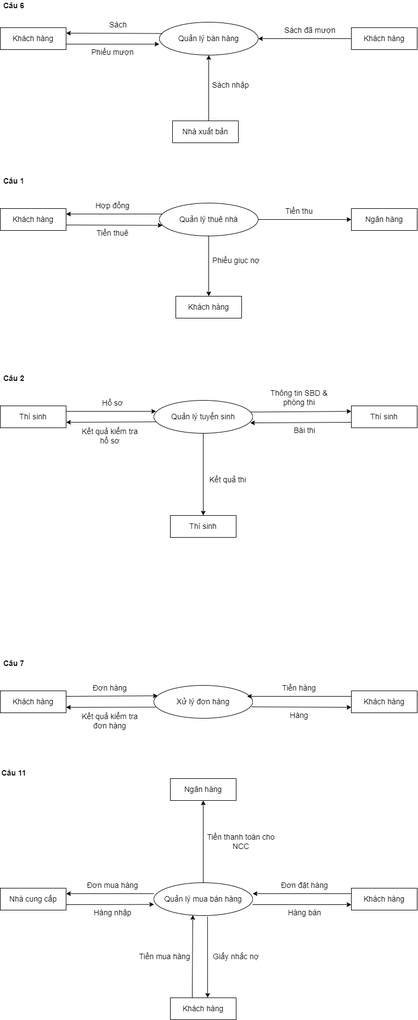
This is Biểu đồ ngữ cảnh.drawio.png from ChauCongTu/thiet-ke-linh-tinh, a draw.io export, as it was before one commit. Source tidied: cells renumbered, new cells last; positions are measured from the earlier drawing's top-left corner, leaving out a move shared by most shapes.
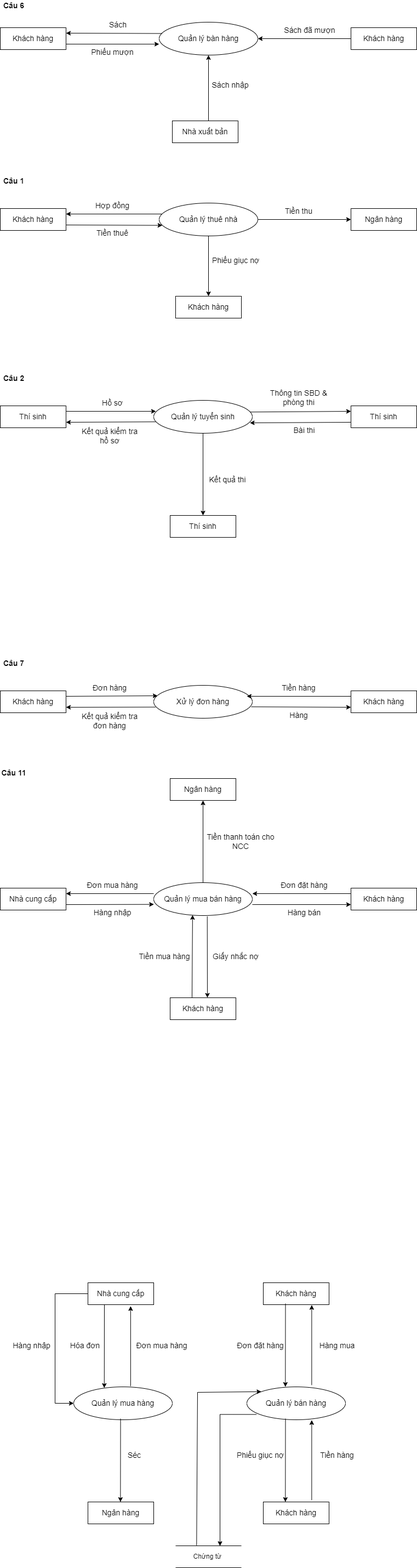
After the change.

Commit message:
Cập nhật Biểu đồ ngữ cảnh.drawio.png

What changed in the source:
```diff
@@ -229,5 +229,109 @@
     <mxCell id="74" value="Giấy nhắc nợ" style="text;html=1;strokeColor=none;fillColor=none;align=center;verticalAlign=middle;whiteSpace=wrap;rounded=0;fontSize=14;" parent="1" vertex="1">
       <mxGeometry x="380" y="1730" width="100" height="30" as="geometry" />
     </mxCell>
+    <mxCell id="75" value="Quản lý mua hàng" style="ellipse;whiteSpace=wrap;html=1;fontSize=14;fillColor=none;" parent="1" vertex="1">
+      <mxGeometry x="134" y="2530" width="180" height="60" as="geometry" />
+    </mxCell>
+    <mxCell id="76" value="Quản lý bán hàng" style="ellipse;whiteSpace=wrap;html=1;fontSize=14;fillColor=none;" parent="1" vertex="1">
+      <mxGeometry x="450" y="2530" width="180" height="60" as="geometry" />
+    </mxCell>
+    <mxCell id="77" value="Khách hàng" style="rounded=0;whiteSpace=wrap;html=1;fontSize=14;fillColor=none;" parent="1" vertex="1">
+      <mxGeometry x="480" y="2340" width="120" height="40" as="geometry" />
+    </mxCell>
+    <mxCell id="78" value="Nhà cung cấp" style="rounded=0;whiteSpace=wrap;html=1;fontSize=14;fillColor=none;" parent="1" vertex="1">
+      <mxGeometry x="160" y="2340" width="120" height="40" as="geometry" />
+    </mxCell>
+    <mxCell id="79" style="edgeStyle=orthogonalEdgeStyle;rounded=0;jettySize=auto;html=1;exitX=0.5;exitY=0;exitDx=0;exitDy=0;" parent="1" edge="1" source="80">
+      <mxGeometry relative="1" as="geometry">
+        <mxPoint x="220" y="2740" as="targetPoint" />
+      </mxGeometry>
+    </mxCell>
+    <mxCell id="80" value="Ngân hàng" style="rounded=0;whiteSpace=wrap;html=1;fontSize=14;fillColor=none;" parent="1" vertex="1">
+      <mxGeometry x="160" y="2740" width="120" height="40" as="geometry" />
+    </mxCell>
+    <mxCell id="81" style="endArrow=classic;html=1;rounded=0;exitX=0.577;exitY=-0.02;exitDx=0;exitDy=0;exitPerimeter=0;entryX=0.649;entryY=1.067;entryDx=0;entryDy=0;entryPerimeter=0;" parent="1" edge="1" source="75" target="78">
+      <mxGeometry relative="1" as="geometry" />
+    </mxCell>
+    <mxCell id="82" style="endArrow=classic;html=1;rounded=0;exitX=0.25;exitY=1;exitDx=0;exitDy=0;entryX=0.31;entryY=0.033;entryDx=0;entryDy=0;entryPerimeter=0;" parent="1" edge="1" source="78" target="75">
+      <mxGeometry relative="1" as="geometry" />
+    </mxCell>
+    <mxCell id="83" style="endArrow=classic;html=1;rounded=0;exitX=0;exitY=0.5;exitDx=0;exitDy=0;entryX=0;entryY=0.5;entryDx=0;entryDy=0;" parent="1" edge="1" source="78" target="75">
+      <mxGeometry relative="1" as="geometry">
+        <Array as="points">
+          <mxPoint x="100" y="2360" />
+          <mxPoint x="100" y="2560" />
+        </Array>
+      </mxGeometry>
+    </mxCell>
+    <mxCell id="84" style="endArrow=classic;html=1;rounded=0;exitX=0.577;exitY=-0.02;exitDx=0;exitDy=0;exitPerimeter=0;entryX=0.649;entryY=1.067;entryDx=0;entryDy=0;entryPerimeter=0;" parent="1" edge="1">
+      <mxGeometry relative="1" as="geometry">
+        <mxPoint x="568.4" y="2526.8" as="sourcePoint" />
+        <mxPoint x="568.4" y="2380.7" as="targetPoint" />
+      </mxGeometry>
+    </mxCell>
+    <mxCell id="85" style="endArrow=classic;html=1;rounded=0;exitX=0.25;exitY=1;exitDx=0;exitDy=0;entryX=0.31;entryY=0.033;entryDx=0;entryDy=0;entryPerimeter=0;" parent="1" edge="1">
+      <mxGeometry relative="1" as="geometry">
+        <mxPoint x="520.5" y="2378" as="sourcePoint" />
+        <mxPoint x="520.3" y="2530" as="targetPoint" />
+      </mxGeometry>
+    </mxCell>
+    <mxCell id="86" value="Khách hàng" style="rounded=0;whiteSpace=wrap;html=1;fontSize=14;fillColor=none;" parent="1" vertex="1">
+      <mxGeometry x="480" y="2740" width="120" height="40" as="geometry" />
+    </mxCell>
+    <mxCell id="87" style="endArrow=classic;html=1;rounded=0;exitX=0.25;exitY=1;exitDx=0;exitDy=0;entryX=0.31;entryY=0.033;entryDx=0;entryDy=0;entryPerimeter=0;" parent="1" edge="1">
+      <mxGeometry relative="1" as="geometry">
+        <mxPoint x="520.5" y="2588" as="sourcePoint" />
+        <mxPoint x="520.3" y="2740" as="targetPoint" />
+      </mxGeometry>
+    </mxCell>
+    <mxCell id="88" style="endArrow=classic;html=1;rounded=0;exitX=0.577;exitY=-0.02;exitDx=0;exitDy=0;exitPerimeter=0;entryX=0.649;entryY=1.067;entryDx=0;entryDy=0;entryPerimeter=0;" parent="1" edge="1">
+      <mxGeometry relative="1" as="geometry">
+        <mxPoint x="568.4" y="2736.8" as="sourcePoint" />
+        <mxPoint x="568.4" y="2590.7" as="targetPoint" />
+      </mxGeometry>
+    </mxCell>
+    <mxCell id="89" style="endArrow=classic;html=1;rounded=0;exitX=0.25;exitY=1;exitDx=0;exitDy=0;entryX=0.31;entryY=0.033;entryDx=0;entryDy=0;entryPerimeter=0;" parent="1" edge="1">
+      <mxGeometry relative="1" as="geometry">
+        <mxPoint x="219.5" y="2588" as="sourcePoint" />
+        <mxPoint x="219.3" y="2740" as="targetPoint" />
+      </mxGeometry>
+    </mxCell>
+    <mxCell id="90" value="Đơn mua hàng" style="text;html=1;strokeColor=none;fillColor=none;align=center;verticalAlign=middle;whiteSpace=wrap;rounded=0;fontSize=14;" parent="1" vertex="1">
+      <mxGeometry x="240" y="2440" width="110" height="30" as="geometry" />
+    </mxCell>
+    <mxCell id="91" value="Hóa đơn" style="text;html=1;strokeColor=none;fillColor=none;align=center;verticalAlign=middle;whiteSpace=wrap;rounded=0;fontSize=14;" parent="1" vertex="1">
+      <mxGeometry x="120" y="2440" width="70" height="30" as="geometry" />
+    </mxCell>
+    <mxCell id="92" value="Hàng nhập" style="text;html=1;strokeColor=none;fillColor=none;align=center;verticalAlign=middle;whiteSpace=wrap;rounded=0;fontSize=14;" parent="1" vertex="1">
+      <mxGeometry x="20" y="2440" width="75" height="30" as="geometry" />
+    </mxCell>
+    <mxCell id="93" value="Hàng mua" style="text;html=1;strokeColor=none;fillColor=none;align=center;verticalAlign=middle;whiteSpace=wrap;rounded=0;fontSize=14;" parent="1" vertex="1">
+      <mxGeometry x="570" y="2440" width="90" height="30" as="geometry" />
+    </mxCell>
+    <mxCell id="94" value="Đơn đặt hàng" style="text;html=1;strokeColor=none;fillColor=none;align=center;verticalAlign=middle;whiteSpace=wrap;rounded=0;fontSize=14;" parent="1" vertex="1">
+      <mxGeometry x="430" y="2440" width="90" height="30" as="geometry" />
+    </mxCell>
+    <mxCell id="95" value="Séc" style="text;html=1;strokeColor=none;fillColor=none;align=center;verticalAlign=middle;whiteSpace=wrap;rounded=0;fontSize=14;" parent="1" vertex="1">
+      <mxGeometry x="220" y="2640" width="50" height="30" as="geometry" />
+    </mxCell>
+    <mxCell id="96" value="Tiền hàng" style="text;html=1;strokeColor=none;fillColor=none;align=center;verticalAlign=middle;whiteSpace=wrap;rounded=0;fontSize=14;" parent="1" vertex="1">
+      <mxGeometry x="570" y="2640" width="90" height="30" as="geometry" />
+    </mxCell>
+    <mxCell id="97" value="Phiếu giục nợ" style="text;html=1;strokeColor=none;fillColor=none;align=center;verticalAlign=middle;whiteSpace=wrap;rounded=0;fontSize=14;" parent="1" vertex="1">
+      <mxGeometry x="430" y="2640" width="90" height="30" as="geometry" />
+    </mxCell>
+    <mxCell id="98" value="Chứng từ&amp;nbsp;" style="shape=partialRectangle;whiteSpace=wrap;html=1;left=0;right=0;fillColor=none;" parent="1" vertex="1">
+      <mxGeometry x="320" y="2820" width="120" height="40" as="geometry" />
+    </mxCell>
+    <mxCell id="99" style="edgeStyle=segmentEdgeStyle;endArrow=classic;html=1;rounded=0;entryX=0.675;entryY=0.008;entryDx=0;entryDy=0;entryPerimeter=0;exitX=0.098;exitY=0.839;exitDx=0;exitDy=0;exitPerimeter=0;" parent="1" edge="1" source="76" target="98">
+      <mxGeometry relative="1" as="geometry" />
+    </mxCell>
+    <mxCell id="100" style="endArrow=classic;html=1;rounded=0;entryX=0;entryY=0;entryDx=0;entryDy=0;exitX=0.319;exitY=-0.025;exitDx=0;exitDy=0;exitPerimeter=0;" parent="1" edge="1" source="98" target="76">
+      <mxGeometry relative="1" as="geometry">
+        <Array as="points">
+          <mxPoint x="360" y="2540" />
+        </Array>
+      </mxGeometry>
+    </mxCell>
   </root>
 </mxGraphModel>
```
